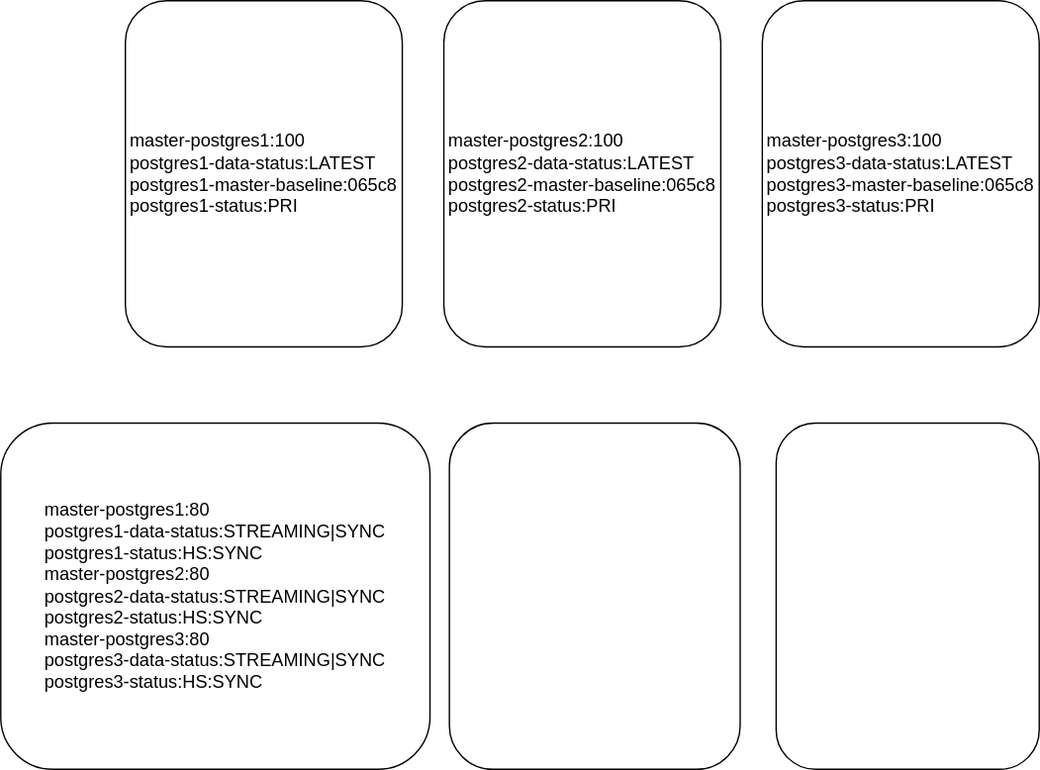
The draw.io diagram n+mDEMO.svg in simplecodeyu/hot-standy-keepalived-postgres, before a commit. Source tidied: cells renumbered, new cells last; positions are measured from the earlier drawing's top-left corner, leaving out a move shared by most shapes. The source it was exported from:
```xml
<mxGraphModel>
  <root>
    <mxCell id="0" />
    <mxCell id="1" parent="0" />
    <mxCell id="2" style="rounded=1;whiteSpace=wrap;html=1;" parent="1" vertex="1">
      <mxGeometry x="324" y="305" width="210" height="250" as="geometry" />
    </mxCell>
    <mxCell id="3" value="&lt;div style=&quot;text-align: left&quot;&gt;&lt;span style=&quot;font-size: 13px&quot;&gt;master-postgres1:80&lt;/span&gt;&lt;/div&gt;&lt;span style=&quot;font-size: 13px&quot;&gt;&lt;div style=&quot;text-align: left&quot;&gt;postgres1-data-status:STREAMING|SYNC&lt;/div&gt;&lt;div style=&quot;text-align: left&quot;&gt;postgres1-status:HS:SYNC&lt;/div&gt;&lt;/span&gt;&lt;span style=&quot;font-size: 13px&quot;&gt;&lt;div style=&quot;text-align: left&quot;&gt;&lt;div style=&quot;font-size: 12px&quot;&gt;&lt;span style=&quot;font-size: 13px&quot;&gt;master-postgres2:80&lt;/span&gt;&lt;/div&gt;&lt;span style=&quot;text-align: center&quot;&gt;&lt;div style=&quot;text-align: left&quot;&gt;postgres2-data-status:&lt;span&gt;STREAMING|SYNC&lt;/span&gt;&lt;/div&gt;&lt;/span&gt;&lt;span style=&quot;text-align: center&quot;&gt;&lt;div style=&quot;text-align: left&quot;&gt;postgres2-status:&lt;span&gt;HS:SYNC&lt;/span&gt;&lt;/div&gt;&lt;/span&gt;&lt;span style=&quot;text-align: center&quot;&gt;&lt;div style=&quot;text-align: left&quot;&gt;&lt;div style=&quot;font-size: 12px&quot;&gt;&lt;span style=&quot;font-size: 13px&quot;&gt;master-postgres3:80&lt;/span&gt;&lt;/div&gt;&lt;span style=&quot;text-align: center&quot;&gt;&lt;div style=&quot;text-align: left&quot;&gt;postgres3-data-status:&lt;span&gt;STREAMING|SYNC&lt;/span&gt;&lt;/div&gt;&lt;/span&gt;&lt;span style=&quot;text-align: center&quot;&gt;&lt;div style=&quot;text-align: left&quot;&gt;postgres3-status:HS:SYNC&lt;/div&gt;&lt;/span&gt;&lt;/div&gt;&lt;/span&gt;&lt;/div&gt;&lt;/span&gt;" style="rounded=1;whiteSpace=wrap;html=1;" parent="1" vertex="1">
      <mxGeometry y="305" width="310" height="250" as="geometry" />
    </mxCell>
    <mxCell id="4" style="rounded=1;whiteSpace=wrap;html=1;" parent="1" vertex="1">
      <mxGeometry x="560" y="305" width="190" height="250" as="geometry" />
    </mxCell>
    <mxCell id="5" value="&lt;div style=&quot;text-align: left&quot;&gt;&lt;span style=&quot;font-size: 13px&quot;&gt;master-postgres3:100&lt;/span&gt;&lt;/div&gt;&lt;span style=&quot;font-size: 13px&quot;&gt;&lt;div style=&quot;text-align: left&quot;&gt;&lt;span&gt;postgres3-data-status:LATEST&lt;/span&gt;&lt;/div&gt;&lt;div style=&quot;text-align: left&quot;&gt;&lt;span&gt;postgres3-master-baseline:065c8&lt;/span&gt;&lt;/div&gt;&lt;div style=&quot;text-align: left&quot;&gt;&lt;span&gt;postgres3-status:PRI&lt;/span&gt;&lt;/div&gt;&lt;/span&gt;" style="rounded=1;whiteSpace=wrap;html=1;" parent="1" vertex="1">
      <mxGeometry x="550" width="200" height="250" as="geometry" />
    </mxCell>
    <mxCell id="6" value="&lt;div style=&quot;text-align: left&quot;&gt;&lt;span style=&quot;font-size: 13px&quot;&gt;master-postgres2:100&lt;/span&gt;&lt;/div&gt;&lt;span style=&quot;font-size: 13px&quot;&gt;&lt;div style=&quot;text-align: left&quot;&gt;&lt;span&gt;postgres2-data-status:LATEST&lt;/span&gt;&lt;/div&gt;&lt;div style=&quot;text-align: left&quot;&gt;&lt;span&gt;postgres2-master-baseline:065c8&lt;/span&gt;&lt;/div&gt;&lt;div style=&quot;text-align: left&quot;&gt;&lt;span&gt;postgres2-status:PRI&lt;/span&gt;&lt;/div&gt;&lt;/span&gt;" style="rounded=1;whiteSpace=wrap;html=1;" parent="1" vertex="1">
      <mxGeometry x="320" width="200" height="250" as="geometry" />
    </mxCell>
    <mxCell id="7" value="&lt;div style=&quot;text-align: left&quot;&gt;&lt;span style=&quot;font-size: 13px&quot;&gt;master-postgres1:100&lt;/span&gt;&lt;/div&gt;&lt;span style=&quot;font-size: 13px&quot;&gt;&lt;div style=&quot;text-align: left&quot;&gt;&lt;span&gt;postgres1-data-status:LATEST&lt;/span&gt;&lt;/div&gt;&lt;div style=&quot;text-align: left&quot;&gt;&lt;span&gt;postgres1-master-baseline:065c8&lt;/span&gt;&lt;/div&gt;&lt;div style=&quot;text-align: left&quot;&gt;&lt;span&gt;postgres1-status:PRI&lt;/span&gt;&lt;/div&gt;&lt;/span&gt;" style="rounded=1;whiteSpace=wrap;html=1;" parent="1" vertex="1">
      <mxGeometry x="90" width="200" height="250" as="geometry" />
    </mxCell>
  </root>
</mxGraphModel>
```
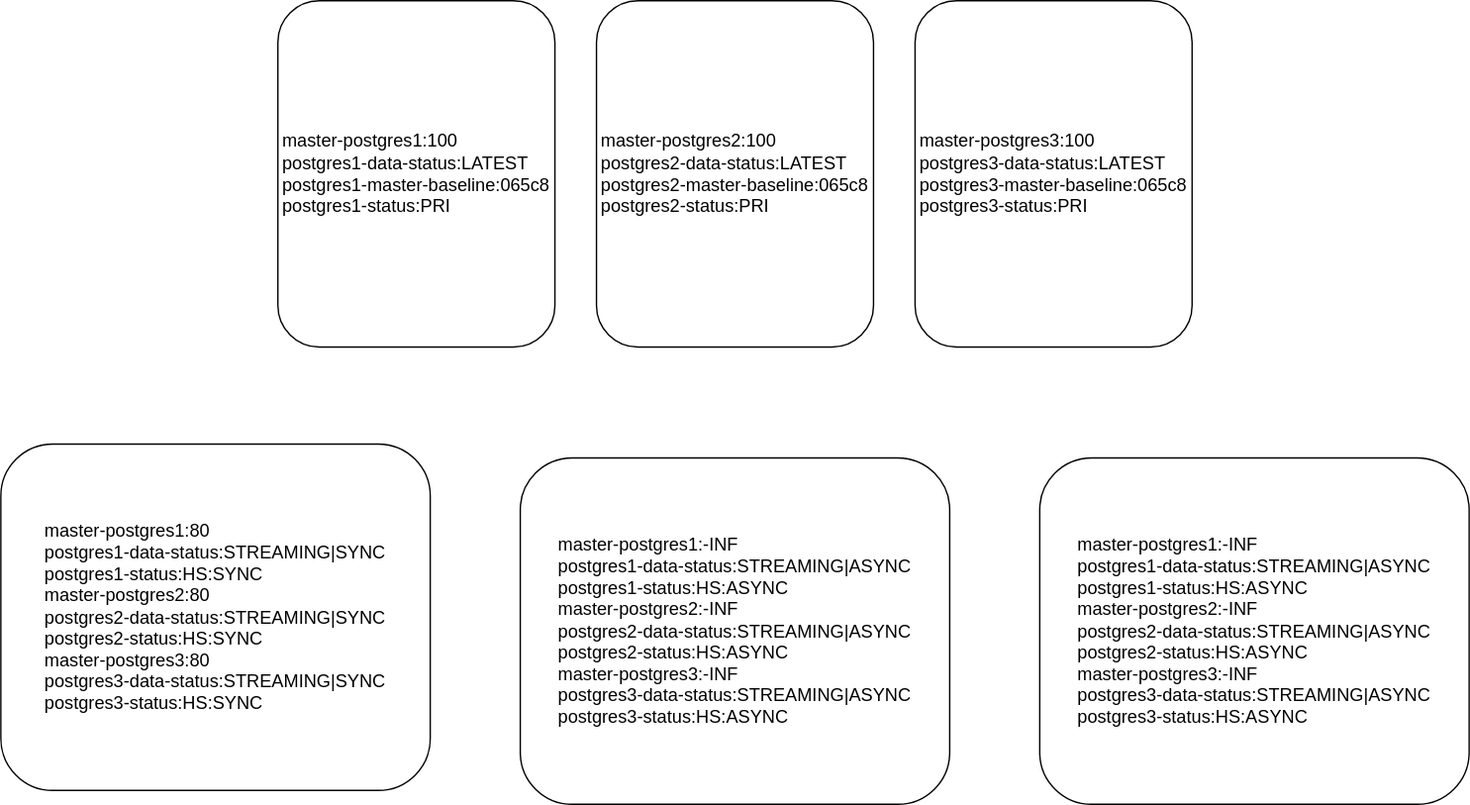
The same diagram one commit later.

Diff of the diagram source:
```diff
@@ -2,15 +2,9 @@
   <root>
     <mxCell id="0" />
     <mxCell id="1" parent="0" />
-    <mxCell id="2" style="rounded=1;whiteSpace=wrap;html=1;" parent="1" vertex="1">
-      <mxGeometry x="324" y="305" width="210" height="250" as="geometry" />
-    </mxCell>
     <mxCell id="3" value="&lt;div style=&quot;text-align: left&quot;&gt;&lt;span style=&quot;font-size: 13px&quot;&gt;master-postgres1:80&lt;/span&gt;&lt;/div&gt;&lt;span style=&quot;font-size: 13px&quot;&gt;&lt;div style=&quot;text-align: left&quot;&gt;postgres1-data-status:STREAMING|SYNC&lt;/div&gt;&lt;div style=&quot;text-align: left&quot;&gt;postgres1-status:HS:SYNC&lt;/div&gt;&lt;/span&gt;&lt;span style=&quot;font-size: 13px&quot;&gt;&lt;div style=&quot;text-align: left&quot;&gt;&lt;div style=&quot;font-size: 12px&quot;&gt;&lt;span style=&quot;font-size: 13px&quot;&gt;master-postgres2:80&lt;/span&gt;&lt;/div&gt;&lt;span style=&quot;text-align: center&quot;&gt;&lt;div style=&quot;text-align: left&quot;&gt;postgres2-data-status:&lt;span&gt;STREAMING|SYNC&lt;/span&gt;&lt;/div&gt;&lt;/span&gt;&lt;span style=&quot;text-align: center&quot;&gt;&lt;div style=&quot;text-align: left&quot;&gt;postgres2-status:&lt;span&gt;HS:SYNC&lt;/span&gt;&lt;/div&gt;&lt;/span&gt;&lt;span style=&quot;text-align: center&quot;&gt;&lt;div style=&quot;text-align: left&quot;&gt;&lt;div style=&quot;font-size: 12px&quot;&gt;&lt;span style=&quot;font-size: 13px&quot;&gt;master-postgres3:80&lt;/span&gt;&lt;/div&gt;&lt;span style=&quot;text-align: center&quot;&gt;&lt;div style=&quot;text-align: left&quot;&gt;postgres3-data-status:&lt;span&gt;STREAMING|SYNC&lt;/span&gt;&lt;/div&gt;&lt;/span&gt;&lt;span style=&quot;text-align: center&quot;&gt;&lt;div style=&quot;text-align: left&quot;&gt;postgres3-status:HS:SYNC&lt;/div&gt;&lt;/span&gt;&lt;/div&gt;&lt;/span&gt;&lt;/div&gt;&lt;/span&gt;" style="rounded=1;whiteSpace=wrap;html=1;" parent="1" vertex="1">
-      <mxGeometry y="305" width="310" height="250" as="geometry" />
+      <mxGeometry x="-110" y="320" width="310" height="250" as="geometry" />
     </mxCell>
-    <mxCell id="4" style="rounded=1;whiteSpace=wrap;html=1;" parent="1" vertex="1">
-      <mxGeometry x="560" y="305" width="190" height="250" as="geometry" />
-    </mxCell>
     <mxCell id="5" value="&lt;div style=&quot;text-align: left&quot;&gt;&lt;span style=&quot;font-size: 13px&quot;&gt;master-postgres3:100&lt;/span&gt;&lt;/div&gt;&lt;span style=&quot;font-size: 13px&quot;&gt;&lt;div style=&quot;text-align: left&quot;&gt;&lt;span&gt;postgres3-data-status:LATEST&lt;/span&gt;&lt;/div&gt;&lt;div style=&quot;text-align: left&quot;&gt;&lt;span&gt;postgres3-master-baseline:065c8&lt;/span&gt;&lt;/div&gt;&lt;div style=&quot;text-align: left&quot;&gt;&lt;span&gt;postgres3-status:PRI&lt;/span&gt;&lt;/div&gt;&lt;/span&gt;" style="rounded=1;whiteSpace=wrap;html=1;" parent="1" vertex="1">
       <mxGeometry x="550" width="200" height="250" as="geometry" />
     </mxCell>
@@ -20,5 +14,11 @@
     <mxCell id="7" value="&lt;div style=&quot;text-align: left&quot;&gt;&lt;span style=&quot;font-size: 13px&quot;&gt;master-postgres1:100&lt;/span&gt;&lt;/div&gt;&lt;span style=&quot;font-size: 13px&quot;&gt;&lt;div style=&quot;text-align: left&quot;&gt;&lt;span&gt;postgres1-data-status:LATEST&lt;/span&gt;&lt;/div&gt;&lt;div style=&quot;text-align: left&quot;&gt;&lt;span&gt;postgres1-master-baseline:065c8&lt;/span&gt;&lt;/div&gt;&lt;div style=&quot;text-align: left&quot;&gt;&lt;span&gt;postgres1-status:PRI&lt;/span&gt;&lt;/div&gt;&lt;/span&gt;" style="rounded=1;whiteSpace=wrap;html=1;" parent="1" vertex="1">
       <mxGeometry x="90" width="200" height="250" as="geometry" />
     </mxCell>
+    <mxCell id="8" value="&lt;div style=&quot;text-align: left&quot;&gt;&lt;span style=&quot;font-size: 13px&quot;&gt;master-postgres1:-INF&lt;/span&gt;&lt;/div&gt;&lt;span style=&quot;font-size: 13px&quot;&gt;&lt;div style=&quot;text-align: left&quot;&gt;postgres1-data-status:STREAMING|ASYNC&lt;/div&gt;&lt;div style=&quot;text-align: left&quot;&gt;postgres1-status:HS:ASYNC&lt;/div&gt;&lt;/span&gt;&lt;span style=&quot;font-size: 13px&quot;&gt;&lt;div style=&quot;text-align: left&quot;&gt;&lt;div style=&quot;font-size: 12px&quot;&gt;&lt;span style=&quot;font-size: 13px&quot;&gt;master-postgres2:-INF&lt;/span&gt;&lt;/div&gt;&lt;span style=&quot;text-align: center&quot;&gt;&lt;div style=&quot;text-align: left&quot;&gt;postgres2-data-status:&lt;span&gt;STREAMING|ASYNC&lt;/span&gt;&lt;/div&gt;&lt;/span&gt;&lt;span style=&quot;text-align: center&quot;&gt;&lt;div style=&quot;text-align: left&quot;&gt;postgres2-status:&lt;span&gt;HS:ASYNC&lt;/span&gt;&lt;/div&gt;&lt;/span&gt;&lt;span style=&quot;text-align: center&quot;&gt;&lt;div style=&quot;text-align: left&quot;&gt;&lt;div style=&quot;font-size: 12px&quot;&gt;&lt;span style=&quot;font-size: 13px&quot;&gt;master-postgres3:-INF&lt;/span&gt;&lt;/div&gt;&lt;span style=&quot;text-align: center&quot;&gt;&lt;div style=&quot;text-align: left&quot;&gt;postgres3-data-status:&lt;span&gt;STREAMING|ASYNC&lt;/span&gt;&lt;/div&gt;&lt;/span&gt;&lt;span style=&quot;text-align: center&quot;&gt;&lt;div style=&quot;text-align: left&quot;&gt;postgres3-status:HS:ASYNC&lt;/div&gt;&lt;/span&gt;&lt;/div&gt;&lt;/span&gt;&lt;/div&gt;&lt;/span&gt;" style="rounded=1;whiteSpace=wrap;html=1;" parent="1" vertex="1">
+      <mxGeometry x="265" y="330" width="310" height="250" as="geometry" />
+    </mxCell>
+    <mxCell id="9" value="&lt;div style=&quot;text-align: left&quot;&gt;&lt;span style=&quot;font-size: 13px&quot;&gt;master-postgres1:-INF&lt;/span&gt;&lt;/div&gt;&lt;span style=&quot;font-size: 13px&quot;&gt;&lt;div style=&quot;text-align: left&quot;&gt;postgres1-data-status:STREAMING|ASYNC&lt;/div&gt;&lt;div style=&quot;text-align: left&quot;&gt;postgres1-status:HS:ASYNC&lt;/div&gt;&lt;/span&gt;&lt;span style=&quot;font-size: 13px&quot;&gt;&lt;div style=&quot;text-align: left&quot;&gt;&lt;div style=&quot;font-size: 12px&quot;&gt;&lt;span style=&quot;font-size: 13px&quot;&gt;master-postgres2:-INF&lt;/span&gt;&lt;/div&gt;&lt;span style=&quot;text-align: center&quot;&gt;&lt;div style=&quot;text-align: left&quot;&gt;postgres2-data-status:&lt;span&gt;STREAMING|ASYNC&lt;/span&gt;&lt;/div&gt;&lt;/span&gt;&lt;span style=&quot;text-align: center&quot;&gt;&lt;div style=&quot;text-align: left&quot;&gt;postgres2-status:&lt;span&gt;HS:ASYNC&lt;/span&gt;&lt;/div&gt;&lt;/span&gt;&lt;span style=&quot;text-align: center&quot;&gt;&lt;div style=&quot;text-align: left&quot;&gt;&lt;div style=&quot;font-size: 12px&quot;&gt;&lt;span style=&quot;font-size: 13px&quot;&gt;master-postgres3:-INF&lt;/span&gt;&lt;/div&gt;&lt;span style=&quot;text-align: center&quot;&gt;&lt;div style=&quot;text-align: left&quot;&gt;postgres3-data-status:&lt;span&gt;STREAMING|ASYNC&lt;/span&gt;&lt;/div&gt;&lt;/span&gt;&lt;span style=&quot;text-align: center&quot;&gt;&lt;div style=&quot;text-align: left&quot;&gt;postgres3-status:HS:ASYNC&lt;/div&gt;&lt;/span&gt;&lt;/div&gt;&lt;/span&gt;&lt;/div&gt;&lt;/span&gt;" style="rounded=1;whiteSpace=wrap;html=1;" parent="1" vertex="1">
+      <mxGeometry x="640" y="330" width="310" height="250" as="geometry" />
+    </mxCell>
   </root>
 </mxGraphModel>
```
